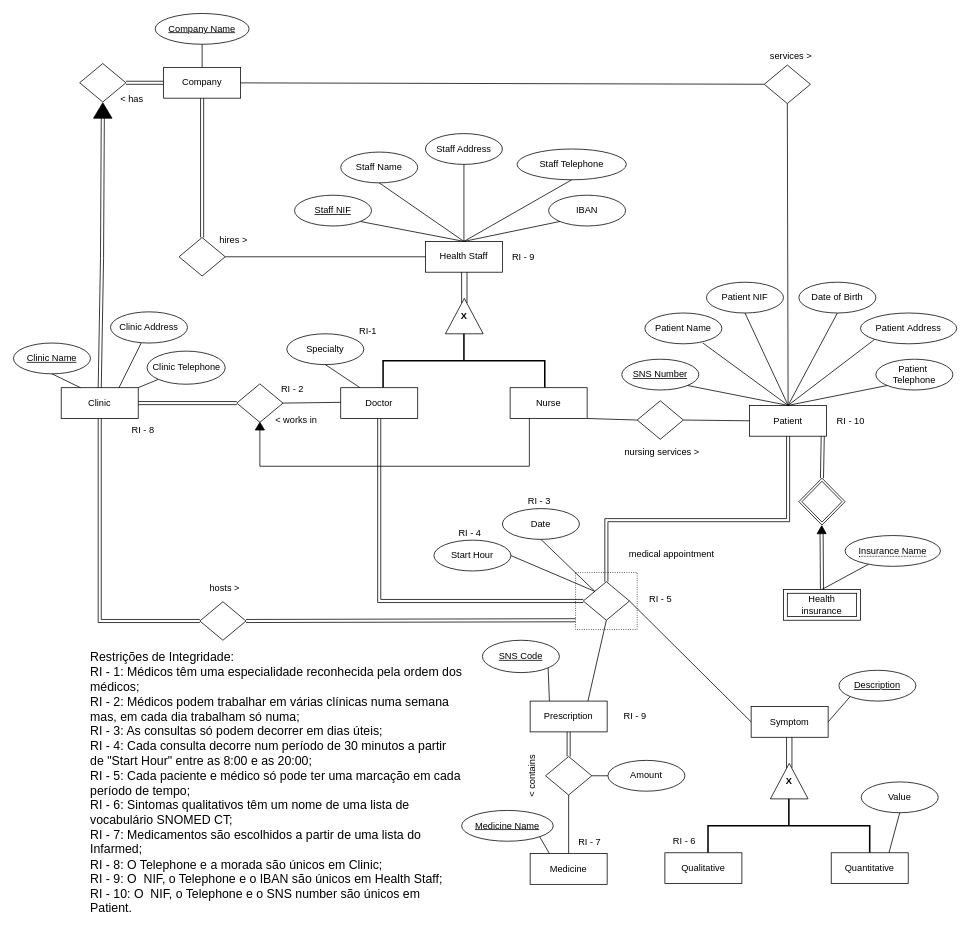
mariana-marcal-santana/BD.Health-DB-Manager keeps this draw.io diagram as Proj.drawio. Above is the earlier version. Source tidied: cells renumbered, new cells numbered last; positions are measured from the earlier drawing's top-left corner, leaving out a move shared by most shapes. Both pictures are drawn from the tidied source at 77%, with x=0, y=0 at pixel (13, 13).
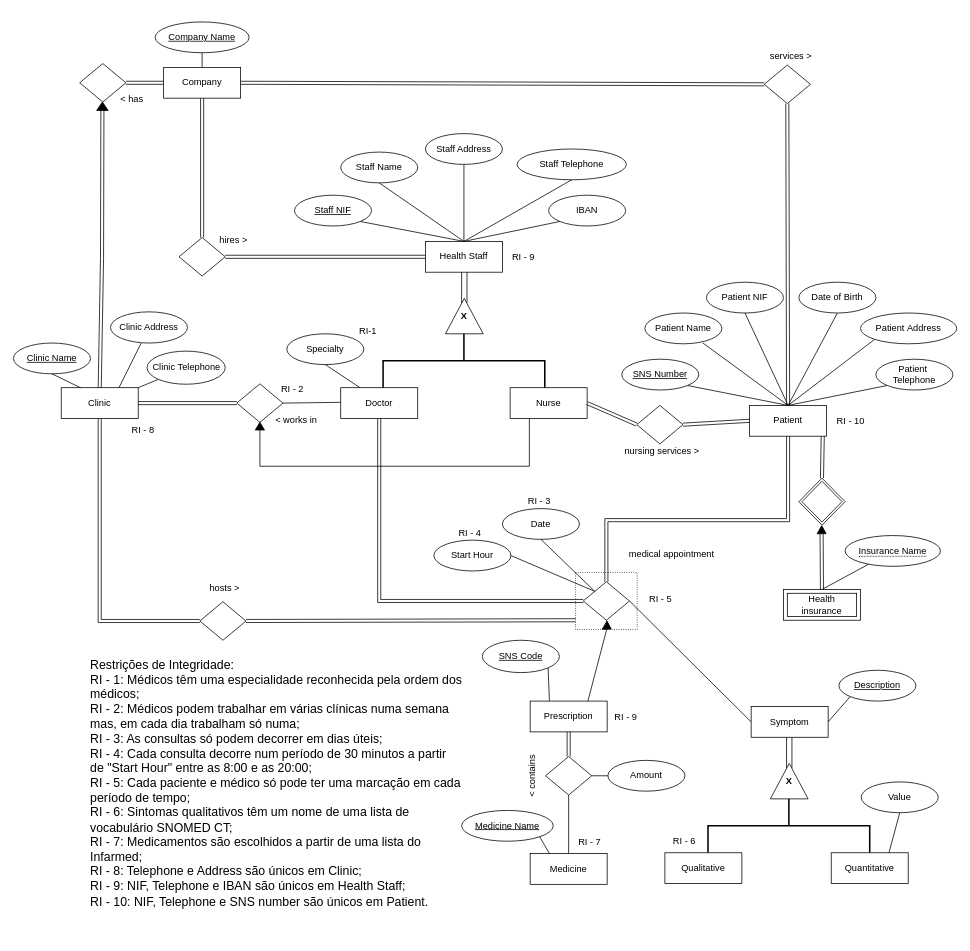
The same page after the edit.

The change refers to these unchanged cells:
```xml
<mxCell id="9" value="Health Staff" style="whiteSpace=wrap;html=1;align=center;" parent="1" vertex="1">
  <mxGeometry x="535" y="296" width="100" height="40" as="geometry" />
</mxCell>
<mxCell id="25" value="Patient" style="whiteSpace=wrap;html=1;align=center;" parent="1" vertex="1">
  <mxGeometry x="956" y="509" width="100" height="40" as="geometry" />
</mxCell>
<mxCell id="41" value="Nurse" style="whiteSpace=wrap;html=1;align=center;" parent="1" vertex="1">
  <mxGeometry x="645" y="486" width="100" height="40" as="geometry" />
</mxCell>
<mxCell id="49" style="shape=rhombus;html=1;dashed=0;whiteSpace=wrap;perimeter=rhombusPerimeter;" parent="1" vertex="1">
  <mxGeometry x="215" y="291" width="60" height="50" as="geometry" />
</mxCell>
<mxCell id="55" style="shape=rhombus;html=1;dashed=0;whiteSpace=wrap;perimeter=rhombusPerimeter;" parent="1" vertex="1">
  <mxGeometry x="975" y="67" width="60" height="50" as="geometry" />
</mxCell>
<mxCell id="61" style="shape=rhombus;html=1;dashed=0;whiteSpace=wrap;perimeter=rhombusPerimeter;" parent="1" vertex="1">
  <mxGeometry x="740" y="738" width="60" height="50" as="geometry" />
</mxCell>
<mxCell id="74" value="Prescription" style="whiteSpace=wrap;html=1;align=center;" parent="1" vertex="1">
  <mxGeometry x="671" y="893" width="100" height="40" as="geometry" />
</mxCell>
<mxCell id="123" value="Company" style="whiteSpace=wrap;html=1;align=center;" parent="1" vertex="1">
  <mxGeometry x="195" y="70" width="100" height="40" as="geometry" />
</mxCell>
```

Diff of the diagram source:
```diff
@@
     <mxCell id="45" value="&lt;div&gt;Company Name&lt;/div&gt;" style="ellipse;whiteSpace=wrap;html=1;align=center;fontStyle=4;" parent="1" vertex="1">
-      <mxGeometry x="184" width="122" height="40" as="geometry" />
+      <mxGeometry x="184" y="11" width="122" height="40" as="geometry" />
     </mxCell>
@@
-    <mxCell id="50" style="endArrow=none;html=1;rounded=0;entryX=0;entryY=0.5;entryDx=0;entryDy=0;exitX=1;exitY=0.5;exitDx=0;exitDy=0;" parent="1" edge="1" source="49" target="9">
-      <mxGeometry relative="1" as="geometry" />
-    </mxCell>
@@
-    <mxCell id="52" style="endArrow=none;html=1;rounded=0;entryX=1;entryY=1;entryDx=0;entryDy=0;exitX=0;exitY=0.5;exitDx=0;exitDy=0;" parent="1" edge="1" source="59" target="41">
-      <mxGeometry relative="1" as="geometry" />
-    </mxCell>
@@
-    <mxCell id="54" style="endArrow=none;html=1;rounded=0;" parent="1" edge="1" source="123" target="55">
-      <mxGeometry relative="1" as="geometry" />
-    </mxCell>
@@
-    <mxCell id="56" style="endArrow=none;html=1;rounded=0;exitX=0.5;exitY=1;exitDx=0;exitDy=0;entryX=0.5;entryY=0;entryDx=0;entryDy=0;" parent="1" edge="1" source="55" target="25">
-      <mxGeometry relative="1" as="geometry" />
-    </mxCell>
@@
-    <mxCell id="58" style="endArrow=none;html=1;rounded=0;entryX=0;entryY=0.5;entryDx=0;entryDy=0;exitX=1;exitY=0.5;exitDx=0;exitDy=0;" parent="1" edge="1" source="59" target="25">
-      <mxGeometry relative="1" as="geometry" />
-    </mxCell>
     <mxCell id="59" style="shape=rhombus;html=1;dashed=0;whiteSpace=wrap;perimeter=rhombusPerimeter;" parent="1" vertex="1">
-      <mxGeometry x="810" y="503" width="60" height="50" as="geometry" />
+      <mxGeometry x="809.5" y="509" width="60" height="50" as="geometry" />
     </mxCell>
     <mxCell id="60" value="nursing services &amp;gt;" style="text;strokeColor=none;align=center;fillColor=none;html=1;verticalAlign=middle;whiteSpace=wrap;rounded=0;" parent="1" vertex="1">
-      <mxGeometry x="787" y="555" width="111" height="30" as="geometry" />
+      <mxGeometry x="787" y="554" width="111" height="30" as="geometry" />
     </mxCell>
@@
-    <mxCell id="75" style="endArrow=none;html=1;rounded=0;exitX=0.75;exitY=0;exitDx=0;exitDy=0;entryX=0.5;entryY=1;entryDx=0;entryDy=0;" parent="1" edge="1" source="74" target="61">
+    <mxCell id="75" style="endArrow=none;html=1;rounded=0;exitX=0.75;exitY=0;exitDx=0;exitDy=0;entryX=0.5;entryY=1;entryDx=0;entryDy=0;" parent="1" edge="1" source="136" target="61">
       <mxGeometry relative="1" as="geometry" />
     </mxCell>
@@
-    <mxCell id="102" value="&lt;div style=&quot;text-align: left; font-size: 16px;&quot;&gt;&lt;font style=&quot;font-size: 16px;&quot;&gt;&lt;br&gt;&lt;/font&gt;&lt;/div&gt;&lt;div style=&quot;text-align: left; font-size: 16px;&quot;&gt;&lt;span style=&quot;background-color: initial;&quot;&gt;&lt;font style=&quot;font-size: 16px;&quot;&gt;Restrições de Integridade:&lt;/font&gt;&lt;/span&gt;&lt;/div&gt;&lt;div style=&quot;font-size: 16px;&quot;&gt;&lt;div style=&quot;text-align: left;&quot;&gt;&lt;font style=&quot;font-size: 16px;&quot;&gt;&lt;span style=&quot;background-color: initial;&quot;&gt;RI - 1: Médicos têm uma especialidade&amp;nbsp;&lt;/span&gt;&lt;span style=&quot;background-color: initial;&quot;&gt;reconhecida pela ordem dos médicos;&lt;/span&gt;&lt;/font&gt;&lt;/div&gt;&lt;div style=&quot;text-align: left;&quot;&gt;&lt;span style=&quot;background-color: initial;&quot;&gt;&lt;font style=&quot;font-size: 16px;&quot;&gt;RI - 2: Médicos podem trabalhar em várias clínicas numa semana mas, em cada dia trabalham só numa;&lt;/font&gt;&lt;/span&gt;&lt;/div&gt;&lt;div style=&quot;text-align: left;&quot;&gt;&lt;span style=&quot;background-color: initial;&quot;&gt;&lt;font style=&quot;font-size: 16px;&quot;&gt;RI - 3: As consultas só podem decorrer em dias úteis;&lt;/font&gt;&lt;/span&gt;&lt;/div&gt;&lt;div&gt;&lt;div style=&quot;text-align: left;&quot;&gt;&lt;font style=&quot;font-size: 16px;&quot;&gt;RI - 4: Cada consulta decorre num período de 30 minutos a partir de &quot;Start Hour&quot;&amp;nbsp;&lt;span style=&quot;background-color: initial;&quot;&gt;entre as 8:00 e as 20:00;&lt;/span&gt;&lt;/font&gt;&lt;/div&gt;&lt;div style=&quot;text-align: left;&quot;&gt;&lt;font style=&quot;font-size: 16px;&quot;&gt;RI - 5: Cada paciente e médico só pode ter uma marcação em cada período de tempo;&lt;/font&gt;&lt;/div&gt;&lt;div style=&quot;text-align: left;&quot;&gt;&lt;font style=&quot;font-size: 16px;&quot;&gt;RI - 6:&amp;nbsp;&lt;span style=&quot;background-color: initial;&quot;&gt;Sintomas&amp;nbsp;qualitativos têm um nome de&amp;nbsp;&lt;/span&gt;&lt;span style=&quot;background-color: initial;&quot;&gt;uma lista de vocabulário SNOMED CT;&lt;/span&gt;&lt;/font&gt;&lt;/div&gt;&lt;/div&gt;&lt;/div&gt;&lt;div style=&quot;text-align: left; font-size: 16px;&quot;&gt;&lt;font style=&quot;font-size: 16px;&quot;&gt;&lt;span style=&quot;background-color: initial;&quot;&gt;RI - 7: M&lt;/span&gt;&lt;span style=&quot;background-color: initial; text-align: center;&quot;&gt;edicamentos são escolhidos a partir de uma lista do Infarmed;&lt;/span&gt;&lt;/font&gt;&lt;/div&gt;&lt;div style=&quot;text-align: left; font-size: 16px;&quot;&gt;&lt;span style=&quot;background-color: initial;&quot;&gt;&lt;font style=&quot;font-size: 16px;&quot;&gt;RI - 8: O Telephone e a morada são únicos em Clinic;&lt;/font&gt;&lt;/span&gt;&lt;/div&gt;&lt;div style=&quot;text-align: left; font-size: 16px;&quot;&gt;&lt;span style=&quot;background-color: initial;&quot;&gt;&lt;font style=&quot;font-size: 16px;&quot;&gt;RI - 9: O&amp;nbsp; NIF, o Telephone e o IBAN são únicos em Health Staff;&lt;/font&gt;&lt;/span&gt;&lt;/div&gt;&lt;div style=&quot;text-align: left; font-size: 16px;&quot;&gt;&lt;div style=&quot;text-align: left;&quot;&gt;&lt;span style=&quot;background-color: initial;&quot;&gt;&lt;font style=&quot;font-size: 16px;&quot;&gt;RI - 10: O&amp;nbsp; NIF, o Telephone e o SNS number são únicos em Patient.&lt;/font&gt;&lt;/span&gt;&lt;/div&gt;&lt;/div&gt;&lt;div style=&quot;text-align: left;&quot;&gt;&lt;span style=&quot;background-color: initial;&quot;&gt;&lt;br&gt;&lt;/span&gt;&lt;/div&gt;&lt;div style=&quot;text-align: left;&quot;&gt;&lt;span style=&quot;background-color: initial;&quot;&gt;&lt;br&gt;&lt;/span&gt;&lt;/div&gt;" style="text;strokeColor=none;align=center;fillColor=none;html=1;verticalAlign=middle;whiteSpace=wrap;rounded=0;" parent="1" vertex="1">
+    <mxCell id="102" value="&lt;div style=&quot;text-align: left; font-size: 16px;&quot;&gt;&lt;font style=&quot;font-size: 16px;&quot;&gt;&lt;br&gt;&lt;/font&gt;&lt;/div&gt;&lt;div style=&quot;text-align: left; font-size: 16px;&quot;&gt;&lt;span style=&quot;background-color: initial;&quot;&gt;&lt;font style=&quot;font-size: 16px;&quot;&gt;Restrições de Integridade:&lt;/font&gt;&lt;/span&gt;&lt;/div&gt;&lt;div style=&quot;font-size: 16px;&quot;&gt;&lt;div style=&quot;text-align: left;&quot;&gt;&lt;font style=&quot;font-size: 16px;&quot;&gt;&lt;span style=&quot;background-color: initial;&quot;&gt;RI - 1: Médicos têm uma especialidade&amp;nbsp;&lt;/span&gt;&lt;span style=&quot;background-color: initial;&quot;&gt;reconhecida pela ordem dos médicos;&lt;/span&gt;&lt;/font&gt;&lt;/div&gt;&lt;div style=&quot;text-align: left;&quot;&gt;&lt;span style=&quot;background-color: initial;&quot;&gt;&lt;font style=&quot;font-size: 16px;&quot;&gt;RI - 2: Médicos podem trabalhar em várias clínicas numa semana mas, em cada dia trabalham só numa;&lt;/font&gt;&lt;/span&gt;&lt;/div&gt;&lt;div style=&quot;text-align: left;&quot;&gt;&lt;span style=&quot;background-color: initial;&quot;&gt;&lt;font style=&quot;font-size: 16px;&quot;&gt;RI - 3: As consultas só podem decorrer em dias úteis;&lt;/font&gt;&lt;/span&gt;&lt;/div&gt;&lt;div&gt;&lt;div style=&quot;text-align: left;&quot;&gt;&lt;font style=&quot;font-size: 16px;&quot;&gt;RI - 4: Cada consulta decorre num período de 30 minutos a partir de &quot;Start Hour&quot;&amp;nbsp;&lt;span style=&quot;background-color: initial;&quot;&gt;entre as 8:00 e as 20:00;&lt;/span&gt;&lt;/font&gt;&lt;/div&gt;&lt;div style=&quot;text-align: left;&quot;&gt;&lt;font style=&quot;font-size: 16px;&quot;&gt;RI - 5: Cada paciente e médico só pode ter uma marcação em cada período de tempo;&lt;/font&gt;&lt;/div&gt;&lt;div style=&quot;text-align: left;&quot;&gt;&lt;font style=&quot;font-size: 16px;&quot;&gt;RI - 6:&amp;nbsp;&lt;span style=&quot;background-color: initial;&quot;&gt;Sintomas&amp;nbsp;qualitativos têm um nome de&amp;nbsp;&lt;/span&gt;&lt;span style=&quot;background-color: initial;&quot;&gt;uma lista de vocabulário SNOMED CT;&lt;/span&gt;&lt;/font&gt;&lt;/div&gt;&lt;/div&gt;&lt;/div&gt;&lt;div style=&quot;text-align: left; font-size: 16px;&quot;&gt;&lt;font style=&quot;font-size: 16px;&quot;&gt;&lt;span style=&quot;background-color: initial;&quot;&gt;RI - 7: M&lt;/span&gt;&lt;span style=&quot;background-color: initial; text-align: center;&quot;&gt;edicamentos são escolhidos a partir de uma lista do Infarmed;&lt;/span&gt;&lt;/font&gt;&lt;/div&gt;&lt;div style=&quot;text-align: left; font-size: 16px;&quot;&gt;&lt;span style=&quot;background-color: initial;&quot;&gt;&lt;font style=&quot;font-size: 16px;&quot;&gt;RI - 8: Telephone e Address são únicos em Clinic;&lt;/font&gt;&lt;/span&gt;&lt;/div&gt;&lt;div style=&quot;text-align: left; font-size: 16px;&quot;&gt;&lt;span style=&quot;background-color: initial;&quot;&gt;&lt;font style=&quot;font-size: 16px;&quot;&gt;RI - 9: NIF, Telephone e IBAN são únicos em Health Staff;&lt;/font&gt;&lt;/span&gt;&lt;/div&gt;&lt;div style=&quot;text-align: left; font-size: 16px;&quot;&gt;&lt;div style=&quot;text-align: left;&quot;&gt;&lt;span style=&quot;background-color: initial;&quot;&gt;&lt;font style=&quot;font-size: 16px;&quot;&gt;RI - 10: NIF, Telephone e SNS number são únicos em Patient.&lt;/font&gt;&lt;/span&gt;&lt;/div&gt;&lt;/div&gt;&lt;div style=&quot;text-align: left;&quot;&gt;&lt;span style=&quot;background-color: initial;&quot;&gt;&lt;br&gt;&lt;/span&gt;&lt;/div&gt;&lt;div style=&quot;text-align: left;&quot;&gt;&lt;span style=&quot;background-color: initial;&quot;&gt;&lt;br&gt;&lt;/span&gt;&lt;/div&gt;" style="text;strokeColor=none;align=center;fillColor=none;html=1;verticalAlign=middle;whiteSpace=wrap;rounded=0;" parent="1" vertex="1">
       <mxGeometry x="99" y="831" width="486" height="345" as="geometry" />
     </mxCell>
@@
     <mxCell id="109" style="triangle;whiteSpace=wrap;html=1;rotation=-90;fillColor=#000000;" parent="1" vertex="1">
-      <mxGeometry x="106" y="114" width="20" height="24" as="geometry" />
+      <mxGeometry x="110" y="113" width="11" height="15" as="geometry" />
     </mxCell>
-    <mxCell id="110" style="edgeStyle=orthogonalEdgeStyle;rounded=0;orthogonalLoop=1;jettySize=auto;html=1;exitX=0.5;exitY=0;exitDx=0;exitDy=0;entryX=0.5;entryY=1;entryDx=0;entryDy=0;" parent="1" edge="1" source="109" target="109">
-      <mxGeometry relative="1" as="geometry" />
-    </mxCell>
@@
     <mxCell id="129" value="RI - 9" style="text;html=1;align=center;verticalAlign=middle;strokeColor=none;fillColor=none;" parent="1" vertex="1">
-      <mxGeometry x="782" y="898" width="50" height="30" as="geometry" />
+      <mxGeometry x="770" y="899" width="50" height="30" as="geometry" />
     </mxCell>
@@
+    <mxCell id="135" style="endArrow=none;html=1;rounded=0;exitX=0.75;exitY=0;exitDx=0;exitDy=0;entryX=0.5;entryY=1;entryDx=0;entryDy=0;" parent="1" edge="1" source="74" target="136">
+      <mxGeometry relative="1" as="geometry" />
+    </mxCell>
+    <mxCell id="136" style="triangle;whiteSpace=wrap;html=1;rotation=-60;fillColor=#000000;direction=south;" parent="1" vertex="1">
+      <mxGeometry x="766" y="792" width="12" height="10" as="geometry" />
+    </mxCell>
+    <mxCell id="50" style="shape=link;html=1;rounded=0;exitX=1;exitY=0.5;exitDx=0;exitDy=0;entryX=0;entryY=0.5;entryDx=0;entryDy=0;" parent="1" edge="1" source="49" target="9">
+      <mxGeometry relative="1" as="geometry" />
+    </mxCell>
+    <mxCell id="137" style="html=1;whiteSpace=wrap;align=right;verticalAlign=bottom;" parent="50" vertex="1">
+      <mxGeometry x="1" relative="1" as="geometry" />
+    </mxCell>
+    <mxCell id="54" style="shape=link;html=1;rounded=0;exitX=1;exitY=0.5;exitDx=0;exitDy=0;entryX=0;entryY=0.5;entryDx=0;entryDy=0;" parent="1" edge="1" source="123" target="55">
+      <mxGeometry relative="1" as="geometry" />
+    </mxCell>
+    <mxCell id="138" style="html=1;whiteSpace=wrap;align=right;verticalAlign=bottom;" parent="54" vertex="1">
+      <mxGeometry x="1" relative="1" as="geometry" />
+    </mxCell>
+    <mxCell id="56" style="shape=link;html=1;rounded=0;exitX=0.5;exitY=1;exitDx=0;exitDy=0;entryX=0.5;entryY=0;entryDx=0;entryDy=0;" parent="1" edge="1" source="55" target="25">
+      <mxGeometry relative="1" as="geometry" />
+    </mxCell>
+    <mxCell id="139" style="html=1;whiteSpace=wrap;align=right;verticalAlign=bottom;" parent="56" vertex="1">
+      <mxGeometry x="1" relative="1" as="geometry" />
+    </mxCell>
+    <mxCell id="140" style="shape=link;html=1;rounded=0;exitX=1;exitY=0.5;exitDx=0;exitDy=0;entryX=0;entryY=0.5;entryDx=0;entryDy=0;" parent="1" edge="1" source="41" target="59">
+      <mxGeometry relative="1" as="geometry" />
+    </mxCell>
+    <mxCell id="141" style="html=1;whiteSpace=wrap;align=right;verticalAlign=bottom;" parent="140" vertex="1">
+      <mxGeometry x="1" relative="1" as="geometry" />
+    </mxCell>
+    <mxCell id="58" style="shape=link;html=1;rounded=0;exitX=1;exitY=0.5;exitDx=0;exitDy=0;entryX=0;entryY=0.5;entryDx=0;entryDy=0;" parent="1" edge="1" source="59" target="25">
+      <mxGeometry relative="1" as="geometry" />
+    </mxCell>
+    <mxCell id="142" style="html=1;whiteSpace=wrap;align=right;verticalAlign=bottom;" parent="58" vertex="1">
+      <mxGeometry x="1" relative="1" as="geometry" />
+    </mxCell>
```
